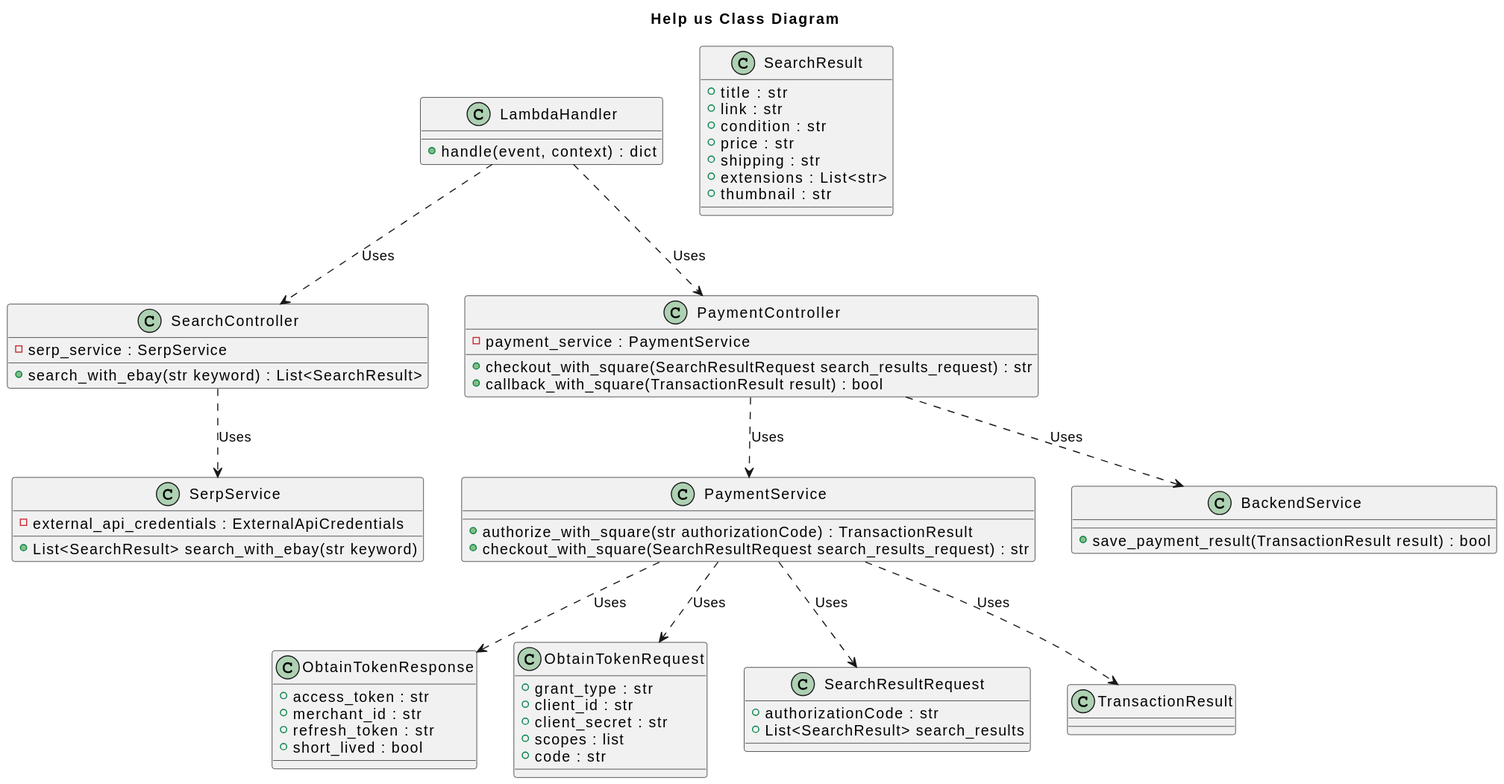
help-us-app/help-us-architecture-diagrams keeps this PlantUML diagram as diagrams/class_diagram_api.svg. Above is the earlier version.
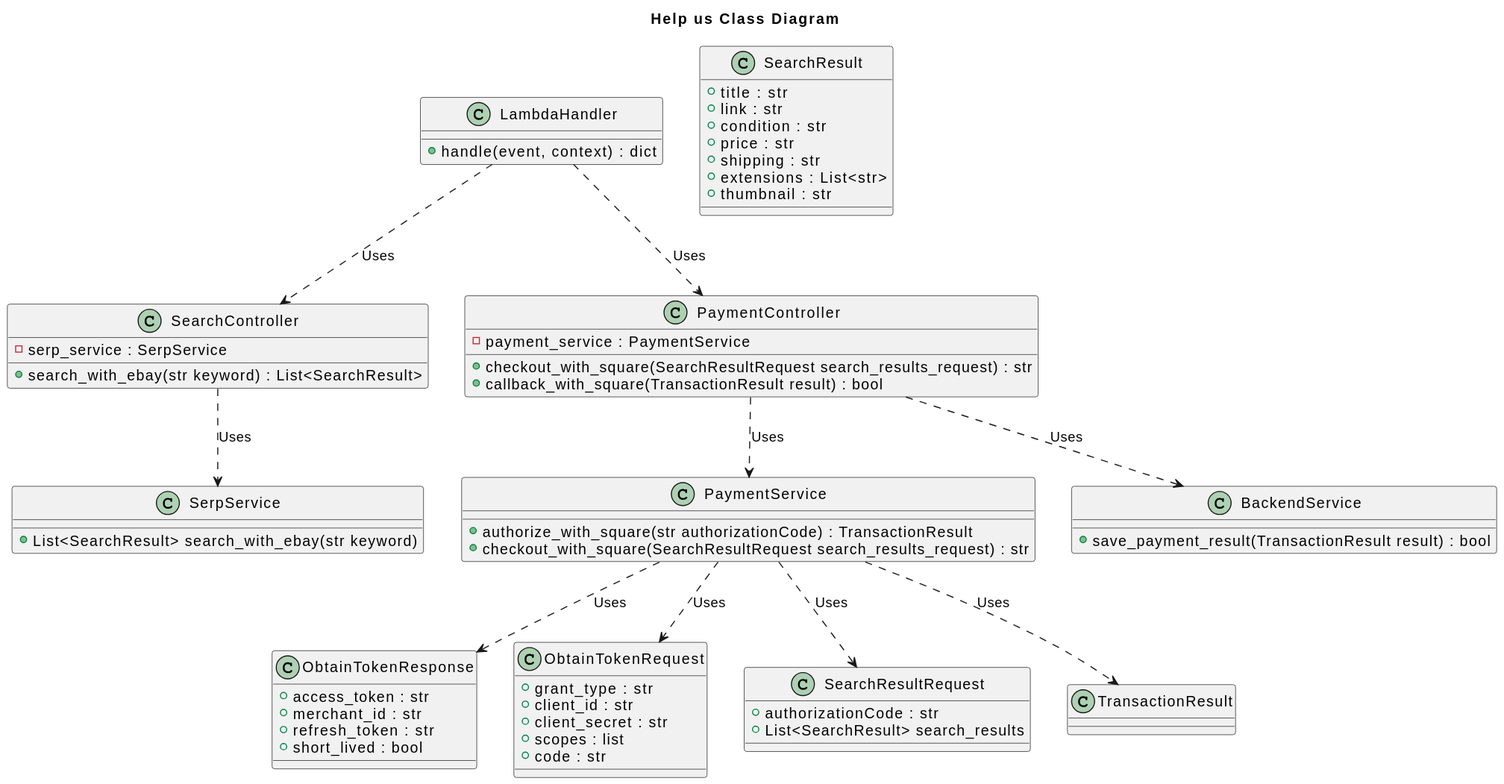
The same file after the commit.

Change to the diagram source:
```diff
@@ -24,7 +24,6 @@
 class TransactionResult
 
 class SerpService {
-    - external_api_credentials : ExternalApiCredentials
     + List<SearchResult> search_with_ebay(str keyword)
 }
 
```
